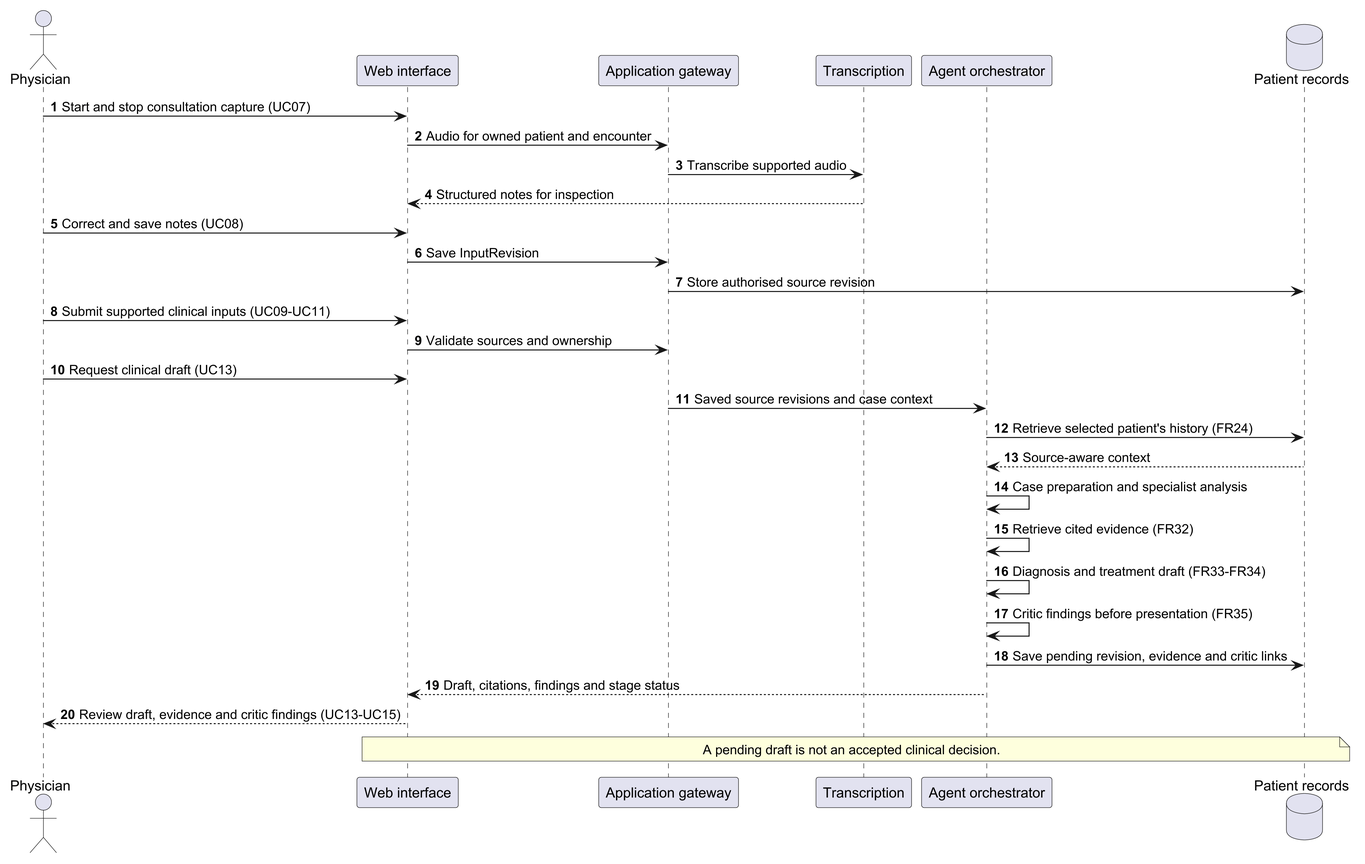
Above: Report template/Figures/esha_D10_consultation_sequence.png in fatimamalik2307/fyp-report (PlantUML), before the change.
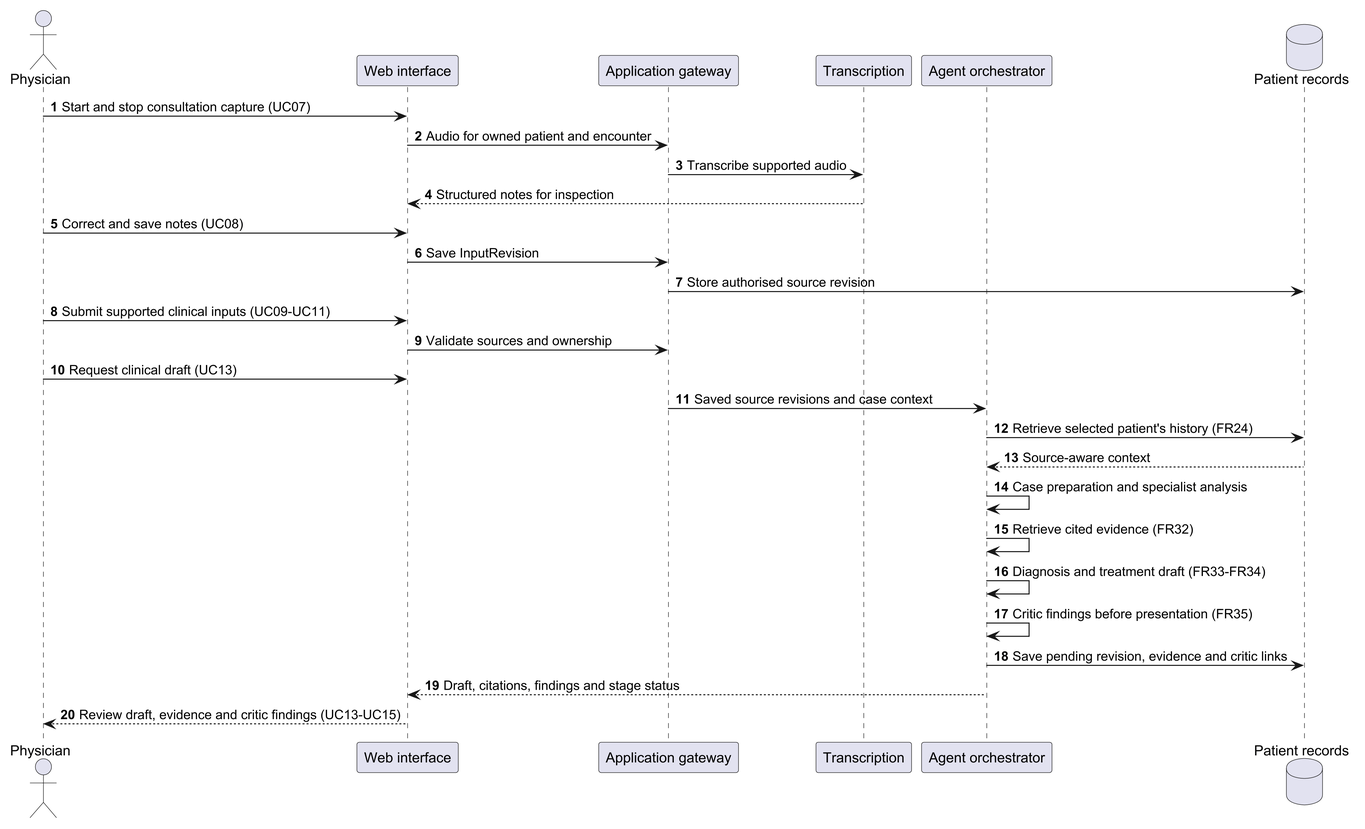
Later version of the same file.

The edit, as a diff of the source:
```diff
@@ -29,5 +29,4 @@
 Agents -> Store : Save pending revision, evidence and critic links
 Agents --> UI : Draft, citations, findings and stage status
 UI --> Physician : Review draft, evidence and critic findings (UC13-UC15)
-note over UI, Store : A pending draft is not an accepted clinical decision.
 @enduml
```
